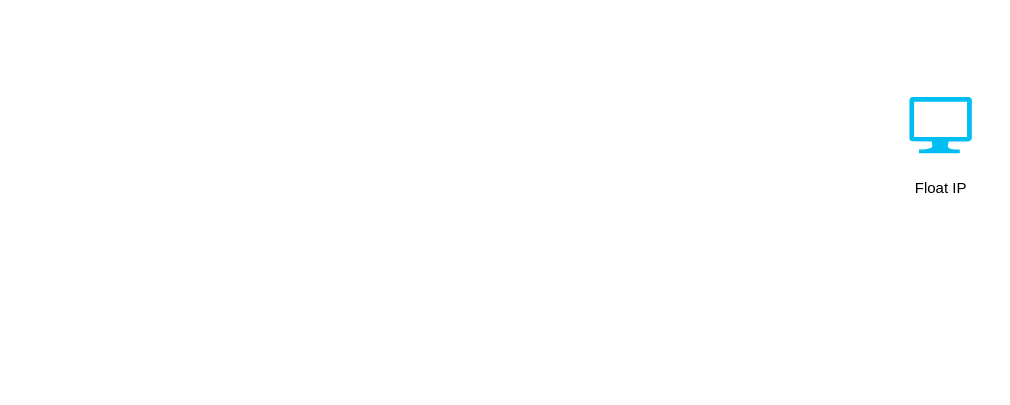
Above: Rick & Morty.drawio in Dylshawver/Dylshawver (draw.io), before the change. Source tidied: cells renumbered, new cells numbered last; positions are measured from the earlier drawing's top-left corner, leaving out a move shared by most shapes. Both pictures are drawn from the tidied source at 125%, with x=0, y=0 at pixel (909, 96).
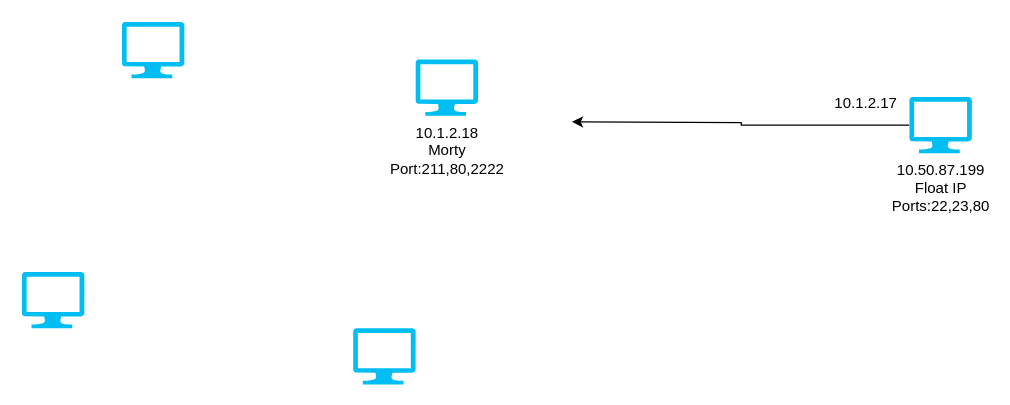
The same page after the edit.

Change to the diagram source:
```diff
@@
 <mxGraphModel>
   <root>
     <mxCell id="0" />
     <mxCell id="1" parent="0" />
+    <mxCell id="3" style="edgeStyle=orthogonalEdgeStyle;rounded=0;jettySize=auto;html=1;exitX=0;exitY=0.5;exitDx=0;exitDy=0;exitPerimeter=0;" parent="1" edge="1" source="2">
+      <mxGeometry relative="1" as="geometry">
+        <mxPoint x="-270" y="20" as="targetPoint" />
+      </mxGeometry>
+    </mxCell>
-    <mxCell id="2" value="&lt;div&gt;&lt;br&gt;&lt;/div&gt;&lt;div&gt;Float IP&lt;/div&gt;" style="verticalLabelPosition=bottom;html=1;verticalAlign=top;align=center;strokeColor=none;fillColor=#00BEF2;shape=mxgraph.azure.computer;" parent="1" vertex="1">
+    <mxCell id="2" value="&lt;div&gt;10.50.87.199&lt;/div&gt;&lt;div&gt;Float IP&lt;/div&gt;&lt;div&gt;Ports:22,23,80&lt;/div&gt;" style="verticalLabelPosition=bottom;html=1;verticalAlign=top;align=center;strokeColor=none;fillColor=#00BEF2;shape=mxgraph.azure.computer;" parent="1" vertex="1">
       <mxGeometry width="50" height="45" as="geometry" />
     </mxCell>
+    <mxCell id="4" value="10.1.2.18&lt;div&gt;Morty&lt;/div&gt;&lt;div&gt;Port:211,80,2222&lt;/div&gt;" style="verticalLabelPosition=bottom;html=1;verticalAlign=top;align=center;strokeColor=none;fillColor=#00BEF2;shape=mxgraph.azure.computer;" parent="1" vertex="1">
+      <mxGeometry x="-395" y="-30" width="50" height="45" as="geometry" />
+    </mxCell>
+    <mxCell id="5" style="verticalLabelPosition=bottom;html=1;verticalAlign=top;align=center;strokeColor=none;fillColor=#00BEF2;shape=mxgraph.azure.computer;" parent="1" vertex="1">
+      <mxGeometry x="-630" y="-60" width="50" height="45" as="geometry" />
+    </mxCell>
+    <mxCell id="6" style="verticalLabelPosition=bottom;html=1;verticalAlign=top;align=center;strokeColor=none;fillColor=#00BEF2;shape=mxgraph.azure.computer;" parent="1" vertex="1">
+      <mxGeometry x="-710" y="140" width="50" height="45" as="geometry" />
+    </mxCell>
+    <mxCell id="7" style="verticalLabelPosition=bottom;html=1;verticalAlign=top;align=center;strokeColor=none;fillColor=#00BEF2;shape=mxgraph.azure.computer;" parent="1" vertex="1">
+      <mxGeometry x="-445" y="185" width="50" height="45" as="geometry" />
+    </mxCell>
+    <mxCell id="8" value="10.1.2.17" style="text;html=1;align=center;verticalAlign=middle;strokeColor=none;fillColor=none;" parent="1" vertex="1">
+      <mxGeometry x="-70" y="-10" width="70" height="30" as="geometry" />
+    </mxCell>
   </root>
 </mxGraphModel>
```
